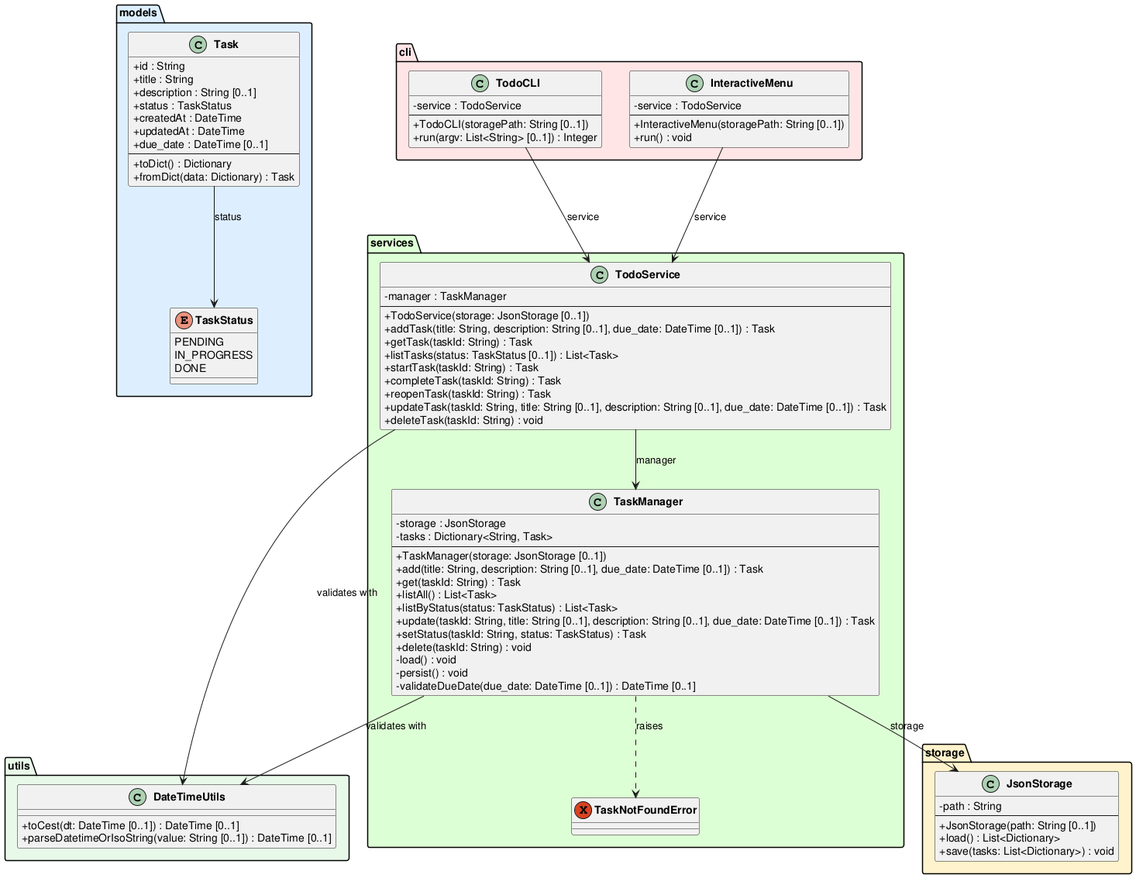
The PlantUML diagram experiments/supervisor_as_tools/user_stories/TODO/artifacts/class_diagram.png in DanielRiha8906/Software_autoevolution_using_agents, before a commit.
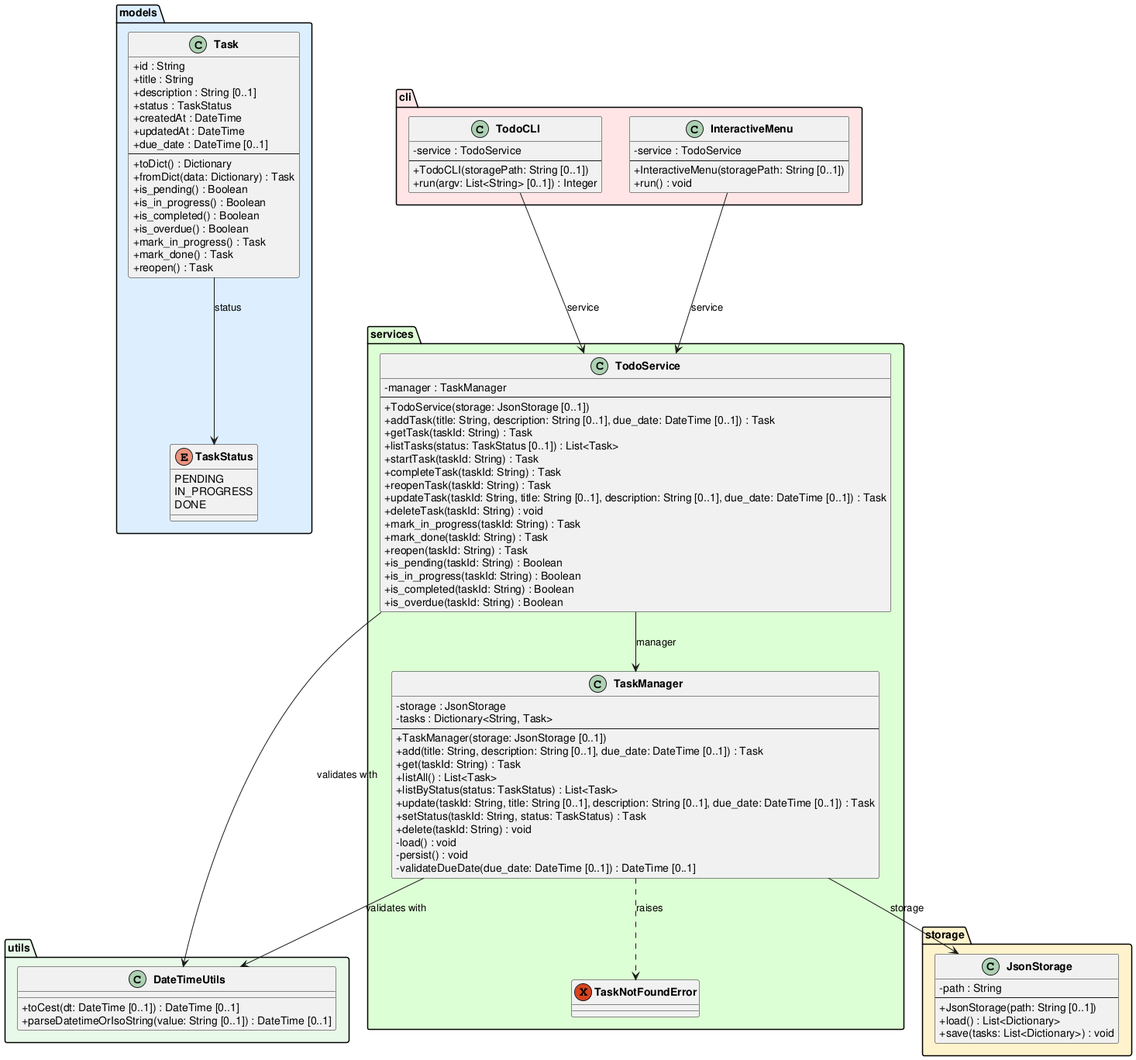
Above is the later version.

Change to the diagram source:
```diff
@@ -21,6 +21,13 @@
         --
         +toDict() : Dictionary
         +fromDict(data: Dictionary) : Task
+        +is_pending() : Boolean
+        +is_in_progress() : Boolean
+        +is_completed() : Boolean
+        +is_overdue() : Boolean
+        +mark_in_progress() : Task
+        +mark_done() : Task
+        +reopen() : Task
     }
 }
 
@@ -73,6 +80,13 @@
         +reopenTask(taskId: String) : Task
         +updateTask(taskId: String, title: String [0..1], description: String [0..1], due_date: DateTime [0..1]) : Task
         +deleteTask(taskId: String) : void
+        +mark_in_progress(taskId: String) : Task
+        +mark_done(taskId: String) : Task
+        +reopen(taskId: String) : Task
+        +is_pending(taskId: String) : Boolean
+        +is_in_progress(taskId: String) : Boolean
+        +is_completed(taskId: String) : Boolean
+        +is_overdue(taskId: String) : Boolean
     }
 }
 
```
